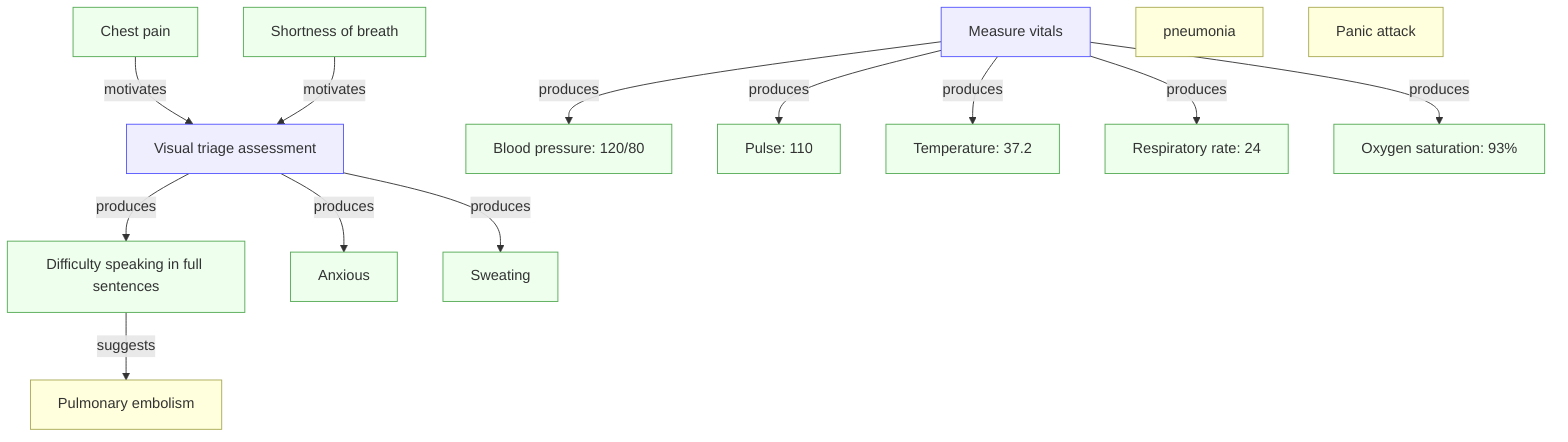
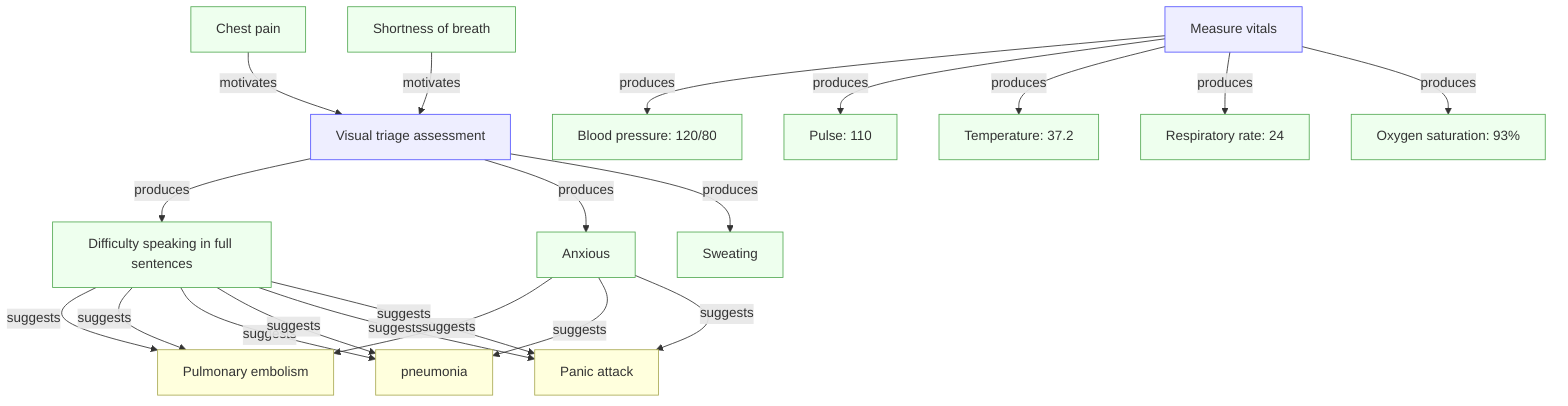
flowchart TD
  O1["Chest pain"]
  O2["Shortness of breath"]

  A1["Visual triage assessment"]
  O6["Difficulty speaking in full sentences"]
  O7["Anxious"]
  O8["Sweating"]

  O6 -->|suggests| H1
+   O7 -->|suggests| H1
+   O6 -->|suggests| H1
+   O6 -->|suggests| H2
+   O7 -->|suggests| H2
+   O6 -->|suggests| H2
+   O6 -->|suggests| H3
+   O7 -->|suggests| H3
+   O6 -->|suggests| H3
+ 

  A2["Measure vitals"]
  O3["Blood pressure: 120/80"]
  O4["Pulse: 110"]
  O5["Temperature: 37.2"]
  O9["Respiratory rate: 24"]
  O10["Oxygen saturation: 93%"]

  O1 -->|motivates| A1
  O2 -->|motivates| A1

  A1 -->|produces| O6
  A1 -->|produces| O7
  A1 -->|produces| O8

  A2 -->|produces| O3
  A2 -->|produces| O4
  A2 -->|produces| O5
  A2 -->|produces| O9
  A2 -->|produces| O10

  H1["Pulmonary embolism"]
  H2["pneumonia"]
  H3["Panic attack"]

  classDef obs fill:#efe,stroke:#5a5;
  classDef action fill:#eef,stroke:#55f;
  classDef hyp fill:#ffd,stroke:#aa5

  class O1 obs
  class O2 obs
  class O3 obs
  class O4 obs
  class O5 obs
  class O6 obs
  class O7 obs
  class O8 obs
  class O9 obs
  class O10 obs
  class A1 action
  class A2 action
  class H1 hyp
  class H2 hyp
  class H3 hyp



